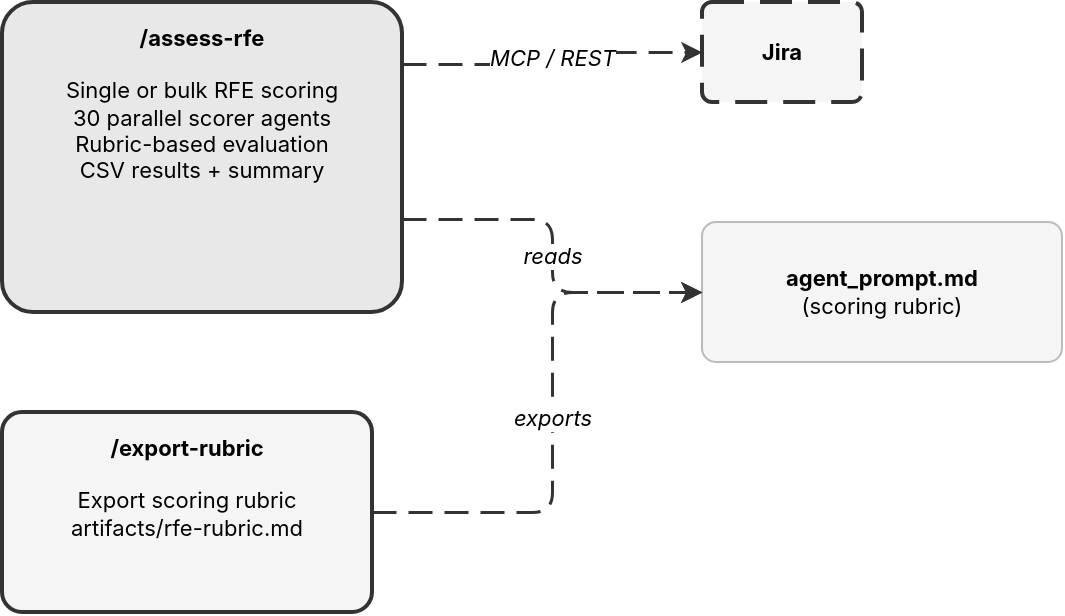
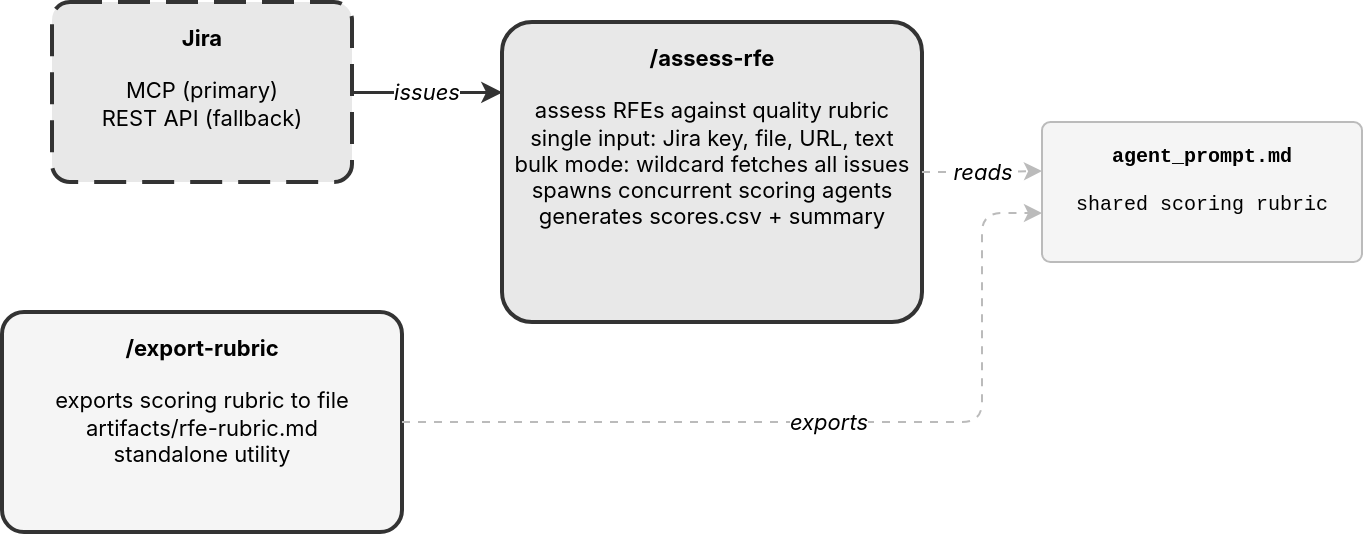
<mxGraphModel adaptiveColors="auto">
  <root>
    <mxCell id="0"/>
    <mxCell id="1" parent="0"/>
-     <mxCell id="assess-rfe" value="&lt;b&gt;/assess-rfe&lt;/b&gt;&lt;br&gt;&lt;br&gt;Single or bulk RFE scoring&lt;br&gt;30 parallel scorer agents&lt;br&gt;Rubric-based evaluation&lt;br&gt;CSV results + summary" style="rounded=1;whiteSpace=wrap;html=1;fillColor=#e8e8e8;strokeColor=#333333;strokeWidth=2;arcSize=10;verticalAlign=top;spacingTop=5;fontSize=11;fontFamily=Inter,Helvetica,Arial,sans-serif;" vertex="1" parent="1">
-       <mxGeometry x="30" y="30" width="200" height="155" as="geometry"/>
+     <mxCell id="jira" value="&lt;b&gt;Jira&lt;/b&gt;&lt;br&gt;&lt;br&gt;MCP (primary)&lt;br&gt;REST API (fallback)" style="rounded=1;whiteSpace=wrap;html=1;fillColor=#e8e8e8;strokeColor=#333333;strokeWidth=2;arcSize=10;dashed=1;dashPattern=8 4;verticalAlign=top;spacingTop=5;fontSize=11;fontFamily=Inter,Helvetica,Arial,sans-serif;" vertex="1" parent="1">
+       <mxGeometry x="55" y="55" width="150" height="90" as="geometry"/>
    </mxCell>
-     <mxCell id="export-rubric" value="&lt;b&gt;/export-rubric&lt;/b&gt;&lt;br&gt;&lt;br&gt;Export scoring rubric&lt;br&gt;artifacts/rfe-rubric.md" style="rounded=1;whiteSpace=wrap;html=1;fillColor=#f5f5f5;strokeColor=#333333;strokeWidth=2;arcSize=10;verticalAlign=top;spacingTop=5;fontSize=11;fontFamily=Inter,Helvetica,Arial,sans-serif;" vertex="1" parent="1">
-       <mxGeometry x="30" y="235" width="185" height="100" as="geometry"/>
+     <mxCell id="export-rubric" value="&lt;b&gt;/export-rubric&lt;/b&gt;&lt;br&gt;&lt;br&gt;exports scoring rubric to file&lt;br&gt;artifacts/rfe-rubric.md&lt;br&gt;standalone utility" style="rounded=1;whiteSpace=wrap;html=1;fillColor=#f5f5f5;strokeColor=#333333;strokeWidth=2;arcSize=10;verticalAlign=top;spacingTop=5;fontSize=11;fontFamily=Inter,Helvetica,Arial,sans-serif;" vertex="1" parent="1">
+       <mxGeometry x="30" y="210" width="200" height="110" as="geometry"/>
    </mxCell>
-     <mxCell id="rubric" value="&lt;b&gt;agent_prompt.md&lt;/b&gt;&lt;br&gt;(scoring rubric)" style="rounded=1;whiteSpace=wrap;html=1;fillColor=#f5f5f5;strokeColor=#bbbbbb;strokeWidth=1;arcSize=10;verticalAlign=middle;fontSize=11;fontFamily=Inter,Helvetica,Arial,sans-serif;" vertex="1" parent="1">
-       <mxGeometry x="380" y="140" width="180" height="70" as="geometry"/>
+     <mxCell id="assess-rfe" value="&lt;b&gt;/assess-rfe&lt;/b&gt;&lt;br&gt;&lt;br&gt;assess RFEs against quality rubric&lt;br&gt;single input: Jira key, file, URL, text&lt;br&gt;bulk mode: wildcard fetches all issues&lt;br&gt;spawns concurrent scoring agents&lt;br&gt;generates scores.csv + summary" style="rounded=1;whiteSpace=wrap;html=1;fillColor=#e8e8e8;strokeColor=#333333;strokeWidth=2;arcSize=10;verticalAlign=top;spacingTop=5;fontSize=11;fontFamily=Inter,Helvetica,Arial,sans-serif;" vertex="1" parent="1">
+       <mxGeometry x="280" y="65" width="210" height="150" as="geometry"/>
    </mxCell>
-     <mxCell id="jira" value="&lt;b&gt;Jira&lt;/b&gt;" style="rounded=1;whiteSpace=wrap;html=1;fillColor=#f5f5f5;strokeColor=#333333;strokeWidth=2;arcSize=10;dashed=1;dashPattern=8 4;verticalAlign=middle;fontSize=11;fontFamily=Inter,Helvetica,Arial,sans-serif;" vertex="1" parent="1">
-       <mxGeometry x="380" y="30" width="80" height="50" as="geometry"/>
+     <mxCell id="rubric" value="&lt;b&gt;agent_prompt.md&lt;/b&gt;&lt;br&gt;&lt;br&gt;shared scoring rubric" style="rounded=1;whiteSpace=wrap;html=1;fillColor=#f5f5f5;strokeColor=#bbbbbb;strokeWidth=1;arcSize=6;verticalAlign=top;spacingTop=5;fontSize=10;fontFamily=JetBrains Mono,Courier New,monospace;" vertex="1" parent="1">
+       <mxGeometry x="550" y="115" width="160" height="70" as="geometry"/>
    </mxCell>
-     <mxCell id="e1" value="reads" style="edgeStyle=orthogonalEdgeStyle;rounded=1;strokeColor=#333333;strokeWidth=1.5;dashed=1;dashPattern=8 4;html=1;fontStyle=2;fontSize=11;fontFamily=Inter,Helvetica,Arial,sans-serif;exitX=1;exitY=0.7;exitDx=0;exitDy=0;entryX=0;entryY=0.5;entryDx=0;entryDy=0;" edge="1" source="assess-rfe" target="rubric" parent="1">
+     <mxCell id="e1" value="issues" style="edgeStyle=orthogonalEdgeStyle;rounded=1;strokeColor=#333333;strokeWidth=1.5;html=1;fontStyle=2;fontSize=11;fontFamily=Inter,Helvetica,Arial,sans-serif;exitX=1;exitY=0.5;exitDx=0;exitDy=0;entryX=0;entryY=0.233;entryDx=0;entryDy=0;" edge="1" source="jira" target="assess-rfe" parent="1">
+       <mxGeometry relative="1" as="geometry">
+       </mxGeometry>
+     </mxCell>
+     <mxCell id="e2" value="reads" style="edgeStyle=orthogonalEdgeStyle;rounded=1;strokeColor=#bbbbbb;strokeWidth=1;dashed=1;dashPattern=4 4;html=1;fontStyle=2;fontSize=11;fontFamily=Inter,Helvetica,Arial,sans-serif;exitX=1;exitY=0.5;exitDx=0;exitDy=0;entryX=0;entryY=0.35;entryDx=0;entryDy=0;" edge="1" source="assess-rfe" target="rubric" parent="1">
+       <mxGeometry relative="1" as="geometry">
+       </mxGeometry>
+     </mxCell>
+     <mxCell id="e3" value="exports" style="edgeStyle=orthogonalEdgeStyle;rounded=1;strokeColor=#bbbbbb;strokeWidth=1;dashed=1;dashPattern=4 4;html=1;fontStyle=2;fontSize=11;fontFamily=Inter,Helvetica,Arial,sans-serif;exitX=1;exitY=0.5;exitDx=0;exitDy=0;entryX=0;entryY=0.65;entryDx=0;entryDy=0;" edge="1" source="export-rubric" target="rubric" parent="1">
      <mxGeometry relative="1" as="geometry">
        <Array as="points">
-           <mxPoint x="305" y="138"/>
-           <mxPoint x="305" y="175"/>
-         </Array>
-       </mxGeometry>
-     </mxCell>
-     <mxCell id="e2" value="exports" style="edgeStyle=orthogonalEdgeStyle;rounded=1;strokeColor=#333333;strokeWidth=1.5;dashed=1;dashPattern=8 4;html=1;fontStyle=2;fontSize=11;fontFamily=Inter,Helvetica,Arial,sans-serif;exitX=1;exitY=0.5;exitDx=0;exitDy=0;entryX=0;entryY=0.5;entryDx=0;entryDy=0;" edge="1" source="export-rubric" target="rubric" parent="1">
-       <mxGeometry relative="1" as="geometry">
-         <Array as="points">
-           <mxPoint x="305" y="285"/>
-           <mxPoint x="305" y="175"/>
-         </Array>
-       </mxGeometry>
-     </mxCell>
-     <mxCell id="e3" value="MCP / REST" style="edgeStyle=orthogonalEdgeStyle;rounded=1;strokeColor=#333333;strokeWidth=1.5;dashed=1;dashPattern=8 4;html=1;fontStyle=2;fontSize=11;fontFamily=Inter,Helvetica,Arial,sans-serif;exitX=1;exitY=0.2;exitDx=0;exitDy=0;entryX=0;entryY=0.5;entryDx=0;entryDy=0;" edge="1" source="assess-rfe" target="jira" parent="1">
-       <mxGeometry relative="1" as="geometry">
-         <Array as="points">
-           <mxPoint x="305" y="61"/>
-           <mxPoint x="305" y="55"/>
+           <mxPoint x="520" y="265"/>
+           <mxPoint x="520" y="161"/>
        </Array>
      </mxGeometry>
    </mxCell>
  </root>
</mxGraphModel>
